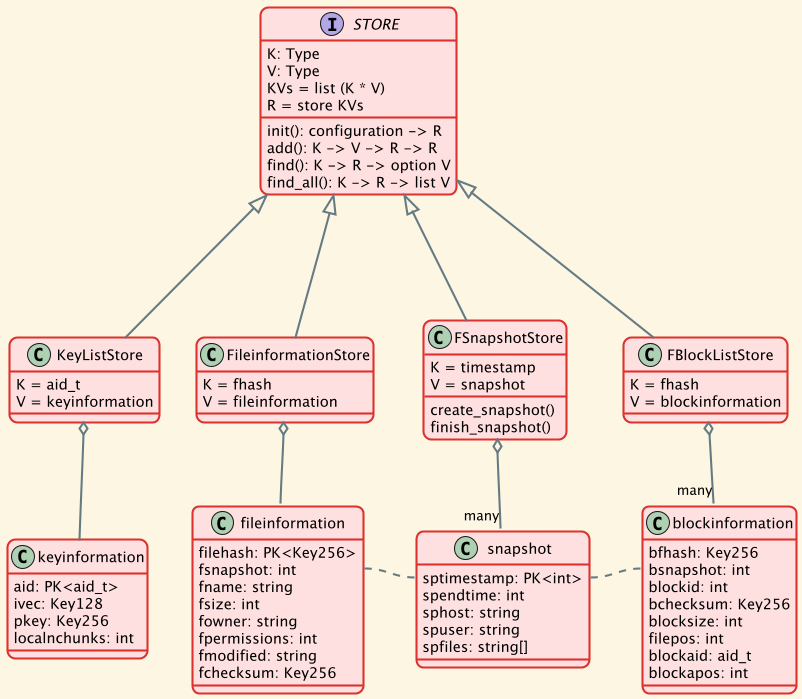
Earlier version of the PlantUML export out/services.uml/store/store.png (eLyKseeR/modelling).
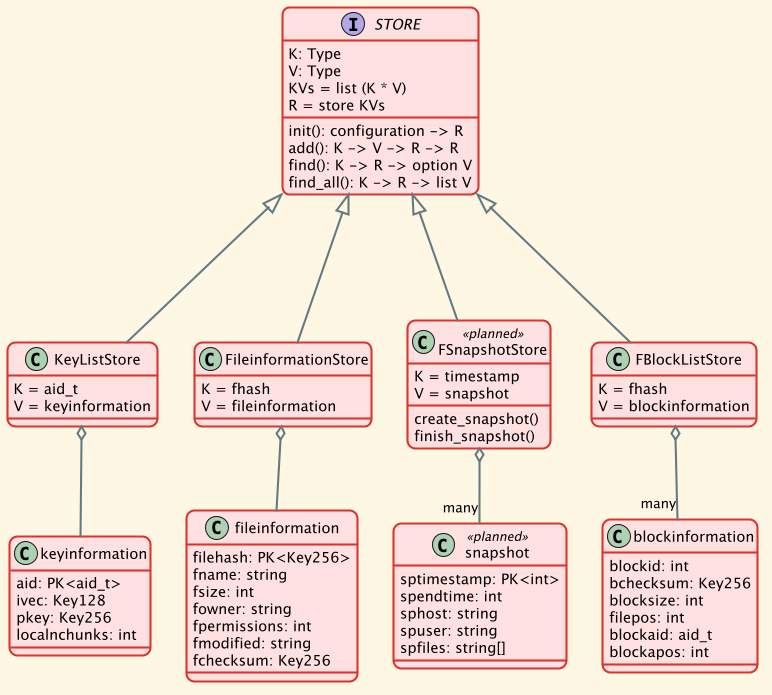
After the change.

Change to the diagram source:
```diff
@@ -23,7 +23,7 @@
 class FileinformationStore
 STORE <|--- FileinformationStore
 
-class FSnapshotStore
+class FSnapshotStore <<planned>>
 STORE <|--- FSnapshotStore
 
 class FBlockListStore
@@ -59,8 +59,6 @@
 
 FBlockListStore o-- "many" blockinformation
 
-blockinformation::bsnapshot .left. snapshot::sptimestamp
-fileinformation::fsnapshot .right. snapshot::sptimestamp
 
 remove assemblyinformation
 
```
